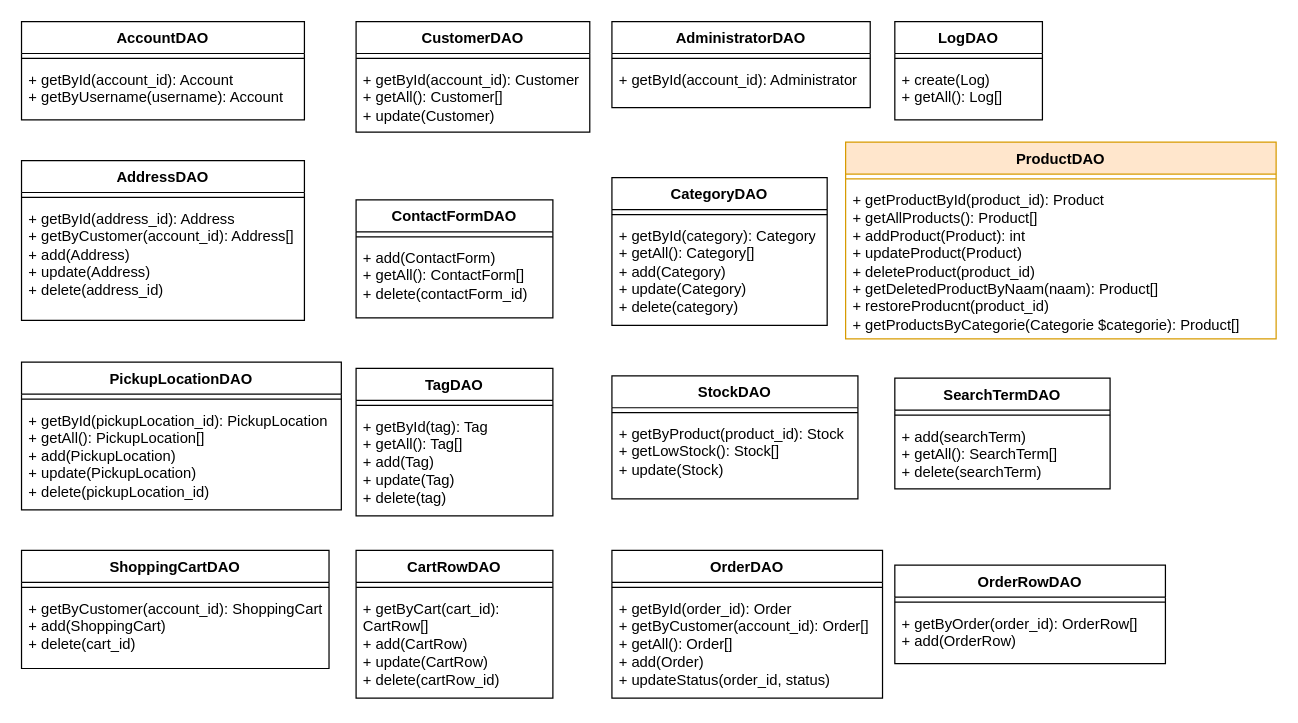
The draw.io diagram page "DAO klassen" (5 of 5) of diagram_bestanden/klasseDiagram.drawio in renee77/applicatie_useITtoo, before the edit. Source tidied: cells renumbered, new cells numbered last; positions are measured from the earlier drawing's top-left corner, leaving out a move shared by most shapes. Both pictures are drawn from the tidied source at 123%, with x=0, y=0 at pixel (21, 21).
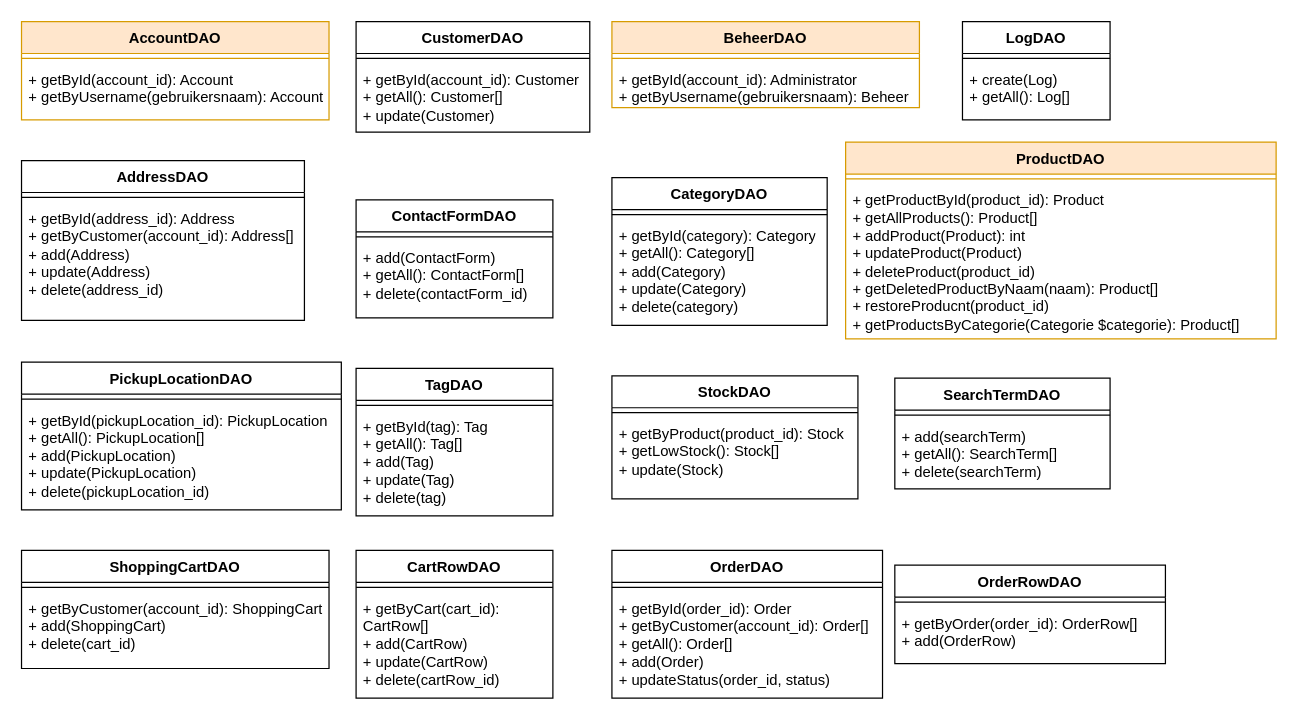
After the change.

The edit, as a diff of the source:
```diff
@@
-    <mxCell id="2" value="AccountDAO" style="swimlane;fontStyle=1;align=center;verticalAlign=top;horizontal=1;startSize=26;whiteSpace=wrap;html=1;" parent="1" vertex="1">
-      <mxGeometry width="230" height="80" as="geometry" />
+    <mxCell id="2" value="AccountDAO" style="swimlane;fontStyle=1;align=center;verticalAlign=top;horizontal=1;startSize=26;whiteSpace=wrap;html=1;fillColor=#ffe6cc;strokeColor=#d79b00;" parent="1" vertex="1">
+      <mxGeometry width="250" height="80" as="geometry" />
     </mxCell>
     <mxCell id="3" style="line;strokeWidth=1;fillColor=none;align=left;verticalAlign=middle;spacingTop=-1;spacingLeft=3;spacingRight=3;labelPosition=right;strokeColor=inherit;" parent="2" vertex="1">
-      <mxGeometry y="26" width="230" height="8" as="geometry" />
+      <mxGeometry y="26" width="250" height="8" as="geometry" />
     </mxCell>
-    <mxCell id="4" value="+ getById(account_id): Account&lt;br&gt;+ getByUsername(username): Account" style="text;strokeColor=none;fillColor=none;align=left;verticalAlign=top;spacingLeft=4;spacingRight=4;overflow=hidden;whiteSpace=wrap;html=1;" parent="2" vertex="1">
-      <mxGeometry y="34" width="230" height="46" as="geometry" />
+    <mxCell id="4" value="+ getById(account_id): Account&lt;br&gt;+ getByUsername(gebruikersnaam): Account" style="text;strokeColor=none;fillColor=none;align=left;verticalAlign=top;spacingLeft=4;spacingRight=4;overflow=hidden;whiteSpace=wrap;html=1;" parent="2" vertex="1">
+      <mxGeometry y="34" width="250" height="46" as="geometry" />
     </mxCell>
@@
-    <mxCell id="8" value="AdministratorDAO" style="swimlane;fontStyle=1;align=center;verticalAlign=top;horizontal=1;startSize=26;whiteSpace=wrap;html=1;" parent="1" vertex="1">
-      <mxGeometry x="480" width="210" height="70" as="geometry" />
+    <mxCell id="8" value="BeheerDAO" style="swimlane;fontStyle=1;align=center;verticalAlign=top;horizontal=1;startSize=26;whiteSpace=wrap;html=1;fillColor=#ffe6cc;strokeColor=#d79b00;" parent="1" vertex="1">
+      <mxGeometry x="480" width="250" height="70" as="geometry" />
     </mxCell>
     <mxCell id="9" style="line;strokeWidth=1;fillColor=none;align=left;verticalAlign=middle;spacingTop=-1;spacingLeft=3;spacingRight=3;labelPosition=right;strokeColor=inherit;" parent="8" vertex="1">
-      <mxGeometry y="26" width="210" height="8" as="geometry" />
+      <mxGeometry y="26" width="250" height="8" as="geometry" />
     </mxCell>
-    <mxCell id="10" value="+ getById(account_id): Administrator" style="text;strokeColor=none;fillColor=none;align=left;verticalAlign=top;spacingLeft=4;spacingRight=4;overflow=hidden;whiteSpace=wrap;html=1;" parent="8" vertex="1">
-      <mxGeometry y="34" width="210" height="36" as="geometry" />
+    <mxCell id="10" value="+ getById(account_id): Administrator&lt;div&gt;+ getByUsername(gebruikersnaam): Beheer&lt;/div&gt;" style="text;strokeColor=none;fillColor=none;align=left;verticalAlign=top;spacingLeft=4;spacingRight=4;overflow=hidden;whiteSpace=wrap;html=1;" parent="8" vertex="1">
+      <mxGeometry y="34" width="250" height="36" as="geometry" />
     </mxCell>
@@
     <mxCell id="14" value="LogDAO" style="swimlane;fontStyle=1;align=center;verticalAlign=top;horizontal=1;startSize=26;whiteSpace=wrap;html=1;" parent="1" vertex="1">
-      <mxGeometry x="710" width="120" height="80" as="geometry" />
+      <mxGeometry x="765" width="120" height="80" as="geometry" />
     </mxCell>
```
